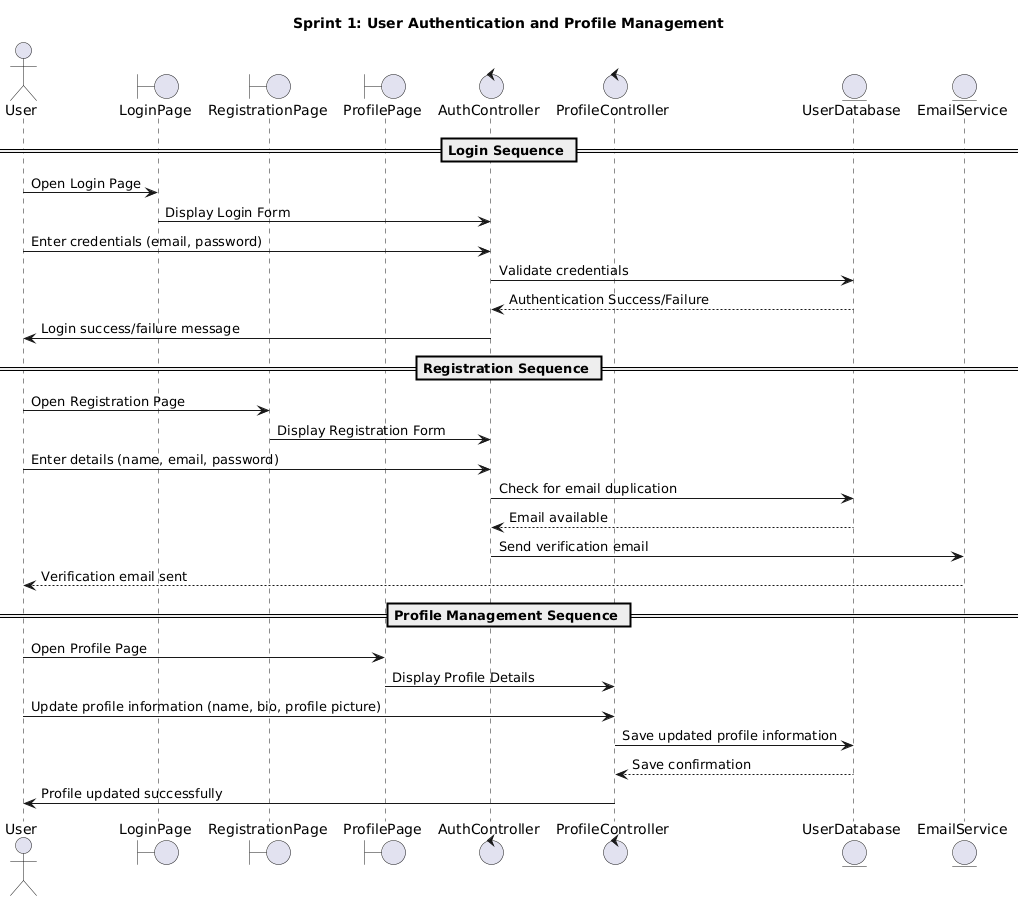
Earlier version of the PlantUML export Labs/Lab05_ClassDiagram_Sequence Diagram/Sequence_Daigrams/Sprint1.png (zeelghori27012004/ConnectCo). The source it was exported from:
```plantuml
@startuml
title Sprint 1: User Authentication and Profile Management

actor User
boundary LoginPage
boundary RegistrationPage
boundary ProfilePage
control AuthController
control ProfileController
entity UserDatabase
entity EmailService

== Login Sequence ==

User -> LoginPage: Open Login Page
LoginPage -> AuthController: Display Login Form
User -> AuthController: Enter credentials (email, password)
AuthController -> UserDatabase: Validate credentials
UserDatabase --> AuthController: Authentication Success/Failure
AuthController -> User: Login success/failure message

== Registration Sequence ==

User -> RegistrationPage: Open Registration Page
RegistrationPage -> AuthController: Display Registration Form
User -> AuthController: Enter details (name, email, password)
AuthController -> UserDatabase: Check for email duplication
UserDatabase --> AuthController: Email available
AuthController -> EmailService: Send verification email
EmailService --> User: Verification email sent

== Profile Management Sequence ==

User -> ProfilePage: Open Profile Page
ProfilePage -> ProfileController: Display Profile Details
User -> ProfileController: Update profile information (name, bio, profile picture)
ProfileController -> UserDatabase: Save updated profile information
UserDatabase --> ProfileController: Save confirmation
ProfileController -> User: Profile updated successfully
@enduml
```
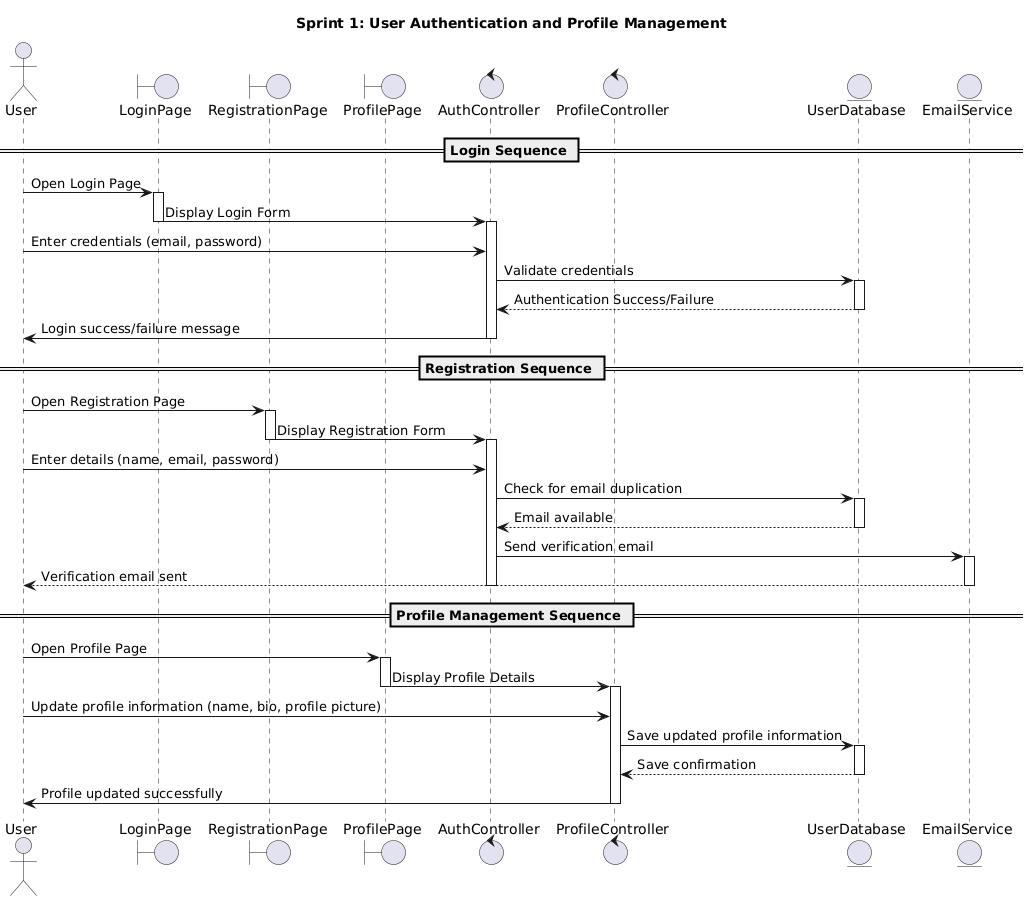
The same file after the commit.

Diff of the diagram source:
```diff
@@ -13,28 +13,48 @@
 == Login Sequence ==
 
 User -> LoginPage: Open Login Page
+activate LoginPage
 LoginPage -> AuthController: Display Login Form
+deactivate LoginPage
+activate AuthController
 User -> AuthController: Enter credentials (email, password)
 AuthController -> UserDatabase: Validate credentials
+activate UserDatabase
 UserDatabase --> AuthController: Authentication Success/Failure
+deactivate UserDatabase
 AuthController -> User: Login success/failure message
+deactivate AuthController
 
 == Registration Sequence ==
 
 User -> RegistrationPage: Open Registration Page
+activate RegistrationPage
 RegistrationPage -> AuthController: Display Registration Form
+deactivate RegistrationPage
+activate AuthController
 User -> AuthController: Enter details (name, email, password)
 AuthController -> UserDatabase: Check for email duplication
+activate UserDatabase
 UserDatabase --> AuthController: Email available
+deactivate UserDatabase
 AuthController -> EmailService: Send verification email
+activate EmailService
 EmailService --> User: Verification email sent
+deactivate EmailService
+deactivate AuthController
 
 == Profile Management Sequence ==
 
 User -> ProfilePage: Open Profile Page
+activate ProfilePage
 ProfilePage -> ProfileController: Display Profile Details
+deactivate ProfilePage
+activate ProfileController
 User -> ProfileController: Update profile information (name, bio, profile picture)
 ProfileController -> UserDatabase: Save updated profile information
+activate UserDatabase
 UserDatabase --> ProfileController: Save confirmation
+deactivate UserDatabase
 ProfileController -> User: Profile updated successfully
+deactivate ProfileController
 @enduml
```
